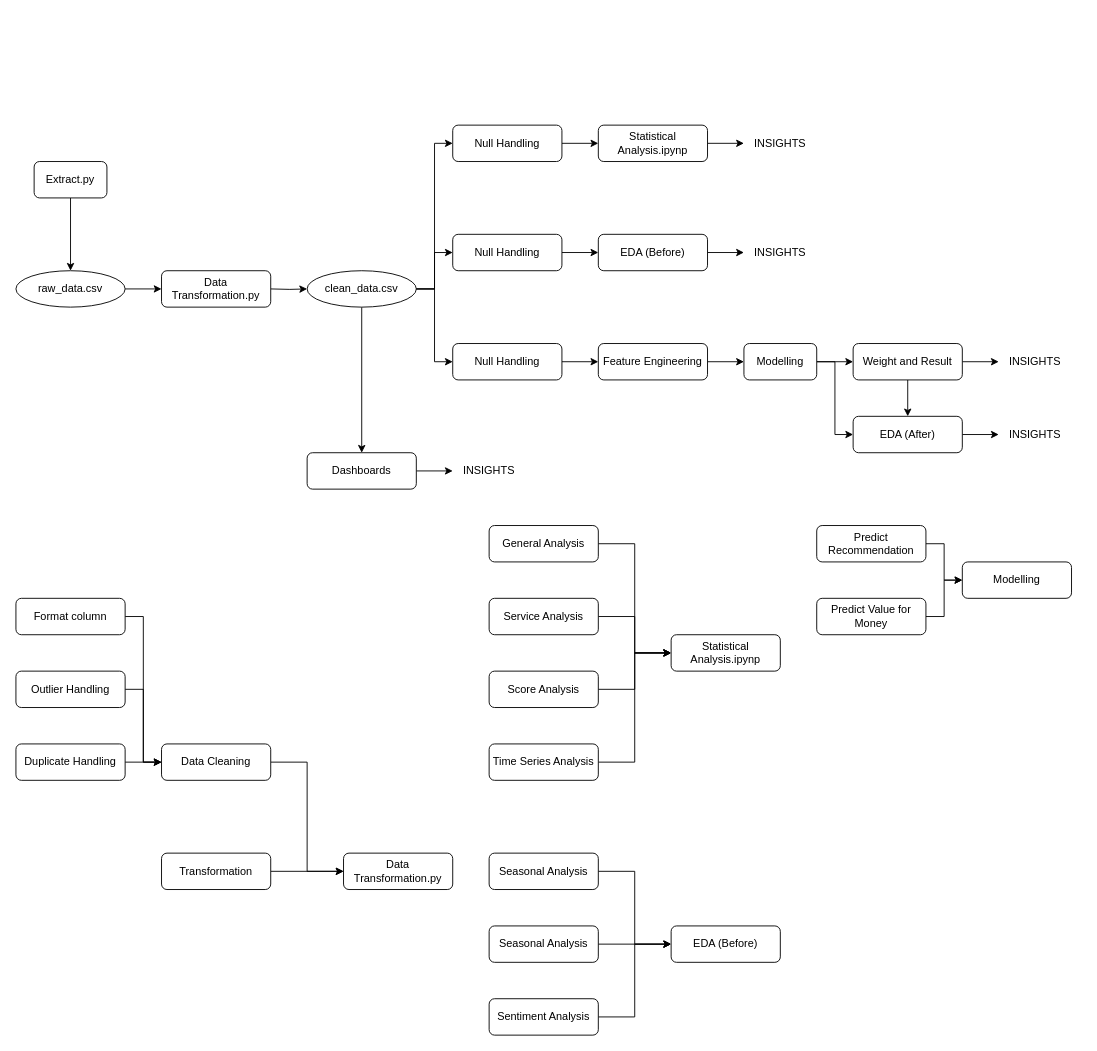
Above: Flow Chart.drawio in MarkPhamm/British-Airway (draw.io), before the change. Source tidied: cells renumbered, new cells numbered last; positions are measured from the earlier drawing's top-left corner, leaving out a move shared by most shapes. Both pictures are drawn from the tidied source at 91%, with x=0, y=0 at pixel (15, 125).
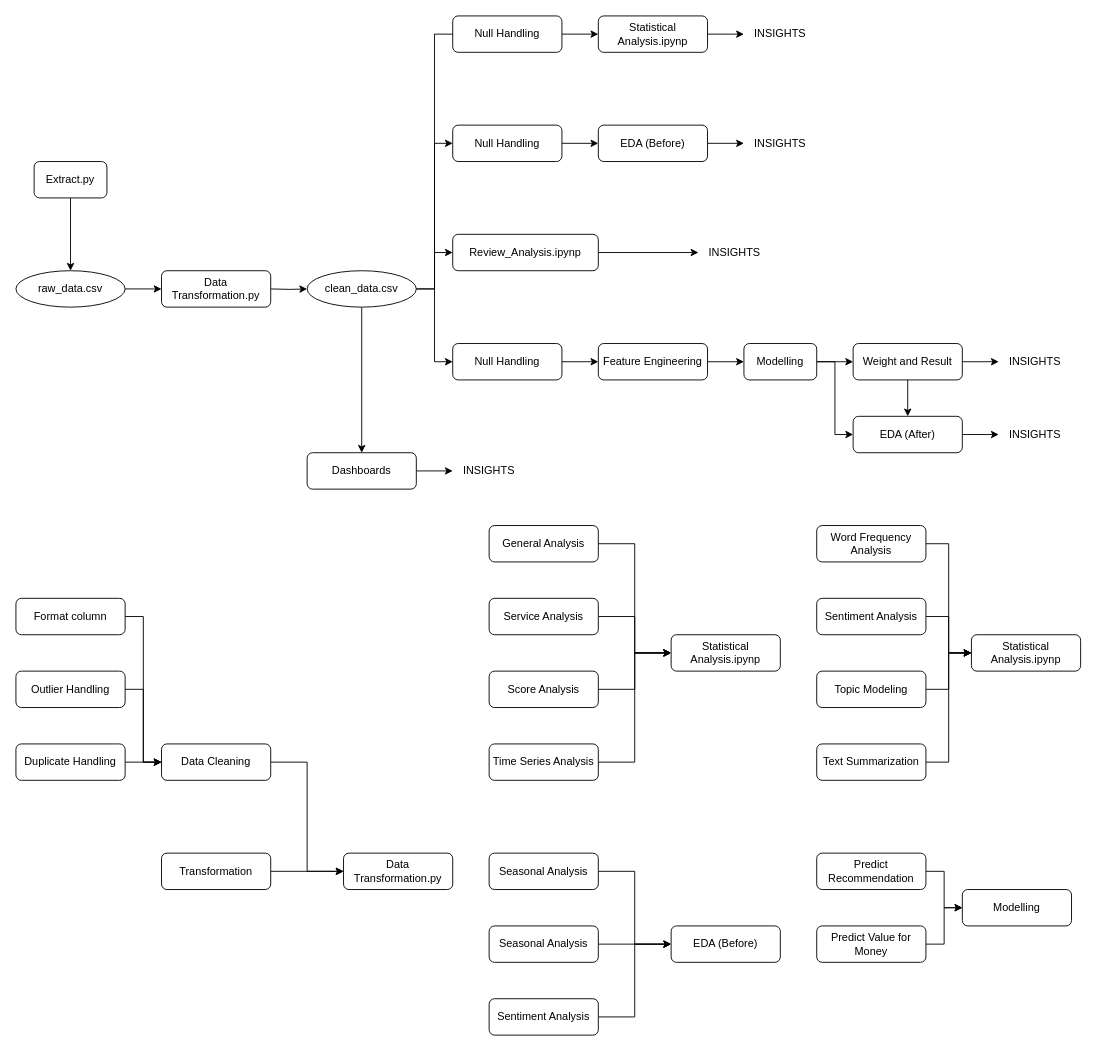
The same page after the edit.

The change refers to these unchanged cells:
```xml
<mxCell id="10" value="clean_data.csv" style="ellipse;whiteSpace=wrap;html=1;rounded=1;glass=0;strokeWidth=1;shadow=0;" parent="1" vertex="1">
  <mxGeometry x="320" y="160" width="120" height="40" as="geometry" />
</mxCell>
<mxCell id="50" value="Null Handling" style="rounded=1;whiteSpace=wrap;html=1;" parent="1" vertex="1">
  <mxGeometry x="480" y="240" width="120" height="40" as="geometry" />
</mxCell>
```

Diff of the diagram source:
```diff
@@
+    <mxCell id="72" style="edgeStyle=orthogonalEdgeStyle;rounded=0;jettySize=auto;html=1;entryX=0;entryY=0.5;entryDx=0;entryDy=0;" parent="1" edge="1" source="10" target="83">
+      <mxGeometry relative="1" as="geometry" />
+    </mxCell>
@@
     <mxCell id="12" value="Statistical Analysis.ipynp" style="rounded=1;whiteSpace=wrap;html=1;fontSize=12;glass=0;strokeWidth=1;shadow=0;" parent="1" vertex="1">
-      <mxGeometry x="640" width="120" height="40" as="geometry" />
+      <mxGeometry x="640" y="-120" width="120" height="40" as="geometry" />
     </mxCell>
@@
     <mxCell id="23" value="INSIGHTS" style="text;html=1;align=center;verticalAlign=middle;whiteSpace=wrap;rounded=0;" parent="1" vertex="1">
-      <mxGeometry x="800" width="80" height="40" as="geometry" />
+      <mxGeometry x="800" y="-120" width="80" height="40" as="geometry" />
     </mxCell>
@@
-    <mxCell id="38" style="edgeStyle=orthogonalEdgeStyle;rounded=0;jettySize=auto;html=1;entryX=0;entryY=0.5;entryDx=0;entryDy=0;" parent="1" edge="1" source="10" target="40">
-      <mxGeometry relative="1" as="geometry">
-        <Array as="points">
-          <mxPoint x="460" y="180" />
-          <mxPoint x="460" y="20" />
-        </Array>
-      </mxGeometry>
-    </mxCell>
@@
     <mxCell id="40" value="Null Handling" style="rounded=1;whiteSpace=wrap;html=1;glass=0;strokeWidth=1;shadow=0;" parent="1" vertex="1">
-      <mxGeometry x="480" width="120" height="40" as="geometry" />
+      <mxGeometry x="480" y="-120" width="120" height="40" as="geometry" />
     </mxCell>
@@
     <mxCell id="42" value="EDA (Before)" style="rounded=1;whiteSpace=wrap;html=1;fontSize=12;glass=0;strokeWidth=1;shadow=0;" parent="1" vertex="1">
-      <mxGeometry x="640" y="120" width="120" height="40" as="geometry" />
+      <mxGeometry x="640" width="120" height="40" as="geometry" />
     </mxCell>
@@
     <mxCell id="44" value="Null Handling" style="rounded=1;whiteSpace=wrap;html=1;glass=0;strokeWidth=1;shadow=0;" parent="1" vertex="1">
-      <mxGeometry x="480" y="120" width="120" height="40" as="geometry" />
+      <mxGeometry x="480" width="120" height="40" as="geometry" />
     </mxCell>
     <mxCell id="45" style="endArrow=classic;html=1;rounded=0;entryX=0;entryY=0.5;entryDx=0;entryDy=0;exitX=1;exitY=0.5;exitDx=0;exitDy=0;edgeStyle=orthogonalEdgeStyle;" parent="1" edge="1" source="10" target="44">
       <mxGeometry relative="1" as="geometry">
         <Array as="points">
           <mxPoint x="460" y="180" />
-          <mxPoint x="460" y="140" />
+          <mxPoint x="460" y="20" />
         </Array>
       </mxGeometry>
     </mxCell>
@@
     <mxCell id="48" value="INSIGHTS" style="text;html=1;align=center;verticalAlign=middle;whiteSpace=wrap;rounded=0;" parent="1" vertex="1">
-      <mxGeometry x="800" y="120" width="80" height="40" as="geometry" />
+      <mxGeometry x="800" width="80" height="40" as="geometry" />
     </mxCell>
-    <mxCell id="49" style="edgeStyle=orthogonalEdgeStyle;rounded=0;jettySize=auto;html=1;exitX=1;exitY=0.5;exitDx=0;exitDy=0;entryX=0;entryY=0.5;entryDx=0;entryDy=0;" parent="1" edge="1" source="10" target="50">
+    <mxCell id="49" style="edgeStyle=orthogonalEdgeStyle;rounded=0;jettySize=auto;html=1;exitX=0;exitY=0.5;exitDx=0;exitDy=0;entryX=0;entryY=0.5;entryDx=0;entryDy=0;" parent="1" edge="1" source="40" target="50">
       <mxGeometry relative="1" as="geometry" />
     </mxCell>
@@
     <mxCell id="52" value="Predict Recommendation" style="rounded=1;whiteSpace=wrap;html=1;" parent="1" vertex="1">
-      <mxGeometry x="880" y="440" width="120" height="40" as="geometry" />
+      <mxGeometry x="880" y="800" width="120" height="40" as="geometry" />
     </mxCell>
@@
     <mxCell id="54" value="Predict Value for Money" style="rounded=1;whiteSpace=wrap;html=1;" parent="1" vertex="1">
-      <mxGeometry x="880" y="520" width="120" height="40" as="geometry" />
+      <mxGeometry x="880" y="880" width="120" height="40" as="geometry" />
     </mxCell>
     <mxCell id="55" value="Modelling" style="rounded=1;whiteSpace=wrap;html=1;" parent="1" vertex="1">
-      <mxGeometry x="1040" y="480" width="120" height="40" as="geometry" />
+      <mxGeometry x="1040" y="840" width="120" height="40" as="geometry" />
     </mxCell>
@@
+    <mxCell id="73" style="edgeStyle=orthogonalEdgeStyle;rounded=0;jettySize=auto;html=1;entryX=0;entryY=0.5;entryDx=0;entryDy=0;" parent="1" edge="1" source="74" target="81">
+      <mxGeometry relative="1" as="geometry" />
+    </mxCell>
+    <mxCell id="74" value="Sentiment Analysis" style="rounded=1;whiteSpace=wrap;html=1;" parent="1" vertex="1">
+      <mxGeometry x="880" y="520" width="120" height="40" as="geometry" />
+    </mxCell>
+    <mxCell id="75" style="edgeStyle=orthogonalEdgeStyle;rounded=0;jettySize=auto;html=1;entryX=0;entryY=0.5;entryDx=0;entryDy=0;" parent="1" edge="1" source="76" target="81">
+      <mxGeometry relative="1" as="geometry" />
+    </mxCell>
+    <mxCell id="76" value="Topic Modeling" style="rounded=1;whiteSpace=wrap;html=1;" parent="1" vertex="1">
+      <mxGeometry x="880" y="600" width="120" height="40" as="geometry" />
+    </mxCell>
+    <mxCell id="77" style="edgeStyle=orthogonalEdgeStyle;rounded=0;jettySize=auto;html=1;entryX=0;entryY=0.5;entryDx=0;entryDy=0;" parent="1" edge="1" source="78" target="81">
+      <mxGeometry relative="1" as="geometry" />
+    </mxCell>
+    <mxCell id="78" value="Text Summarization" style="rounded=1;whiteSpace=wrap;html=1;" parent="1" vertex="1">
+      <mxGeometry x="880" y="680" width="120" height="40" as="geometry" />
+    </mxCell>
+    <mxCell id="79" style="edgeStyle=orthogonalEdgeStyle;rounded=0;jettySize=auto;html=1;entryX=0;entryY=0.5;entryDx=0;entryDy=0;" parent="1" edge="1" source="80" target="81">
+      <mxGeometry relative="1" as="geometry" />
+    </mxCell>
+    <mxCell id="80" value="Word Frequency Analysis" style="rounded=1;whiteSpace=wrap;html=1;" parent="1" vertex="1">
+      <mxGeometry x="880" y="440" width="120" height="40" as="geometry" />
+    </mxCell>
+    <mxCell id="81" value="Statistical Analysis.ipynp" style="rounded=1;whiteSpace=wrap;html=1;fontSize=12;glass=0;strokeWidth=1;shadow=0;" parent="1" vertex="1">
+      <mxGeometry x="1050" y="560" width="120" height="40" as="geometry" />
+    </mxCell>
+    <mxCell id="82" style="edgeStyle=orthogonalEdgeStyle;rounded=0;jettySize=auto;html=1;" parent="1" edge="1" source="83" target="84">
+      <mxGeometry relative="1" as="geometry" />
+    </mxCell>
+    <mxCell id="83" value="Review_Analysis.ipynp" style="rounded=1;whiteSpace=wrap;html=1;glass=0;strokeWidth=1;shadow=0;" parent="1" vertex="1">
+      <mxGeometry x="480" y="120" width="160" height="40" as="geometry" />
+    </mxCell>
+    <mxCell id="84" value="INSIGHTS" style="text;html=1;align=center;verticalAlign=middle;whiteSpace=wrap;rounded=0;" parent="1" vertex="1">
+      <mxGeometry x="750" y="120" width="80" height="40" as="geometry" />
+    </mxCell>
```
